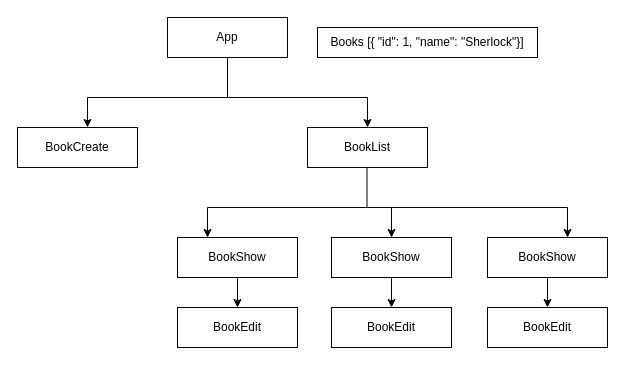
The draw.io diagram components.drawio in Prateek-Chhibber/Books, before the edit. Source tidied: cells renumbered, new cells numbered last; positions are measured from the earlier drawing's top-left corner, leaving out a move shared by most shapes. Both pictures are drawn from the tidied source at 100%, with x=0, y=0 at pixel (17, 17).
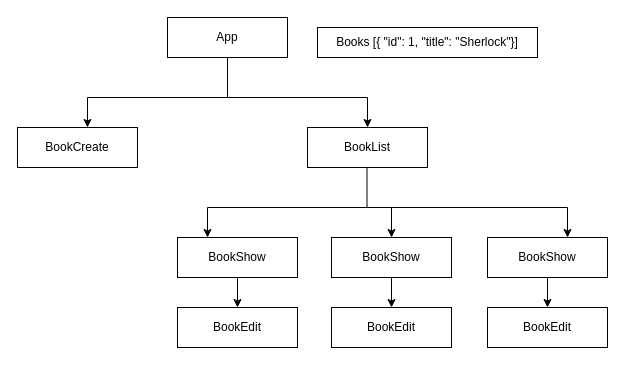
The same diagram, later.

Change to the diagram source:
```diff
@@
-    <mxCell id="23" value="Books [{ &quot;id&quot;: 1, &quot;name&quot;: &quot;Sherlock&quot;}]" style="rounded=0;whiteSpace=wrap;html=1;" parent="1" vertex="1">
+    <mxCell id="23" value="Books [{ &quot;id&quot;: 1, &quot;title&quot;: &quot;Sherlock&quot;}]" style="rounded=0;whiteSpace=wrap;html=1;" parent="1" vertex="1">
       <mxGeometry x="300" y="10" width="220" height="30" as="geometry" />
     </mxCell>
```
